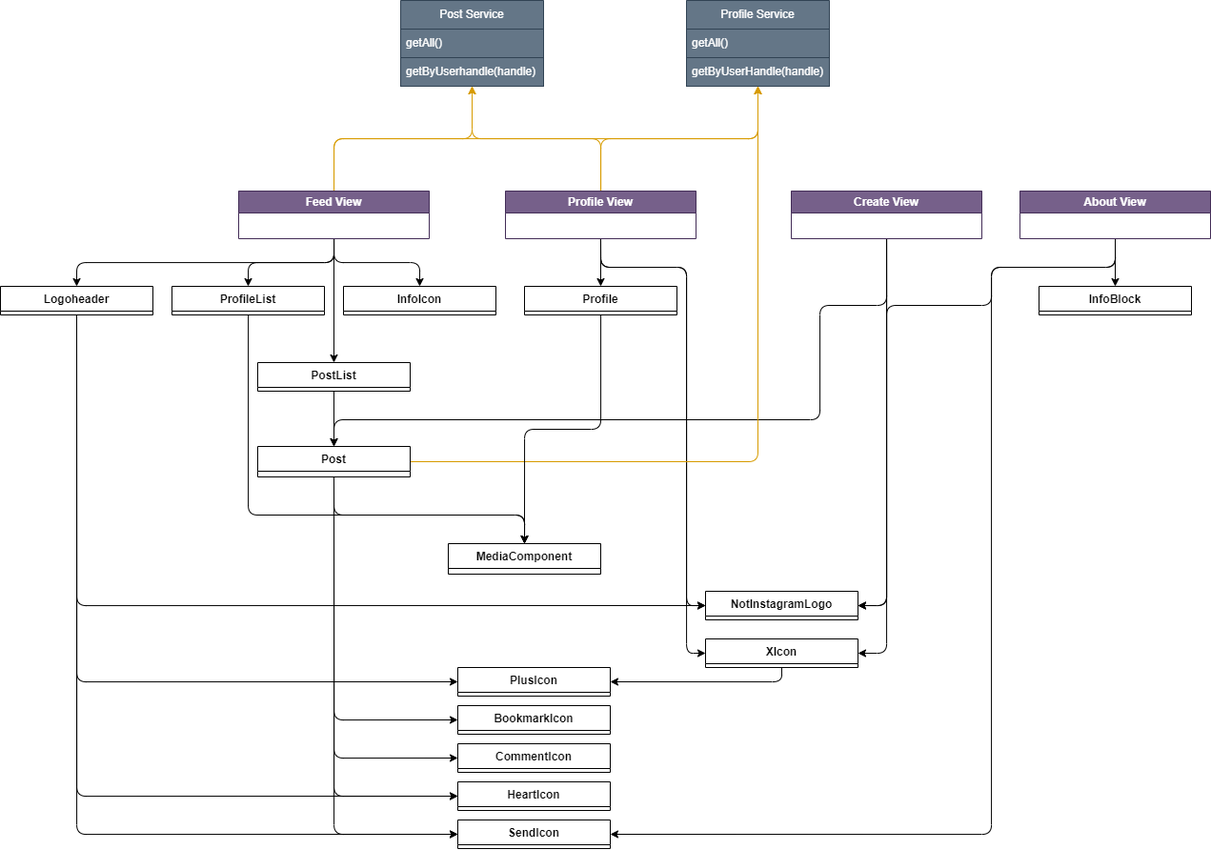
Before: paper/diagrams/uml.png, a diagram exported from draw.io (andreasnicklaus/master). Source tidied: cells renumbered, new cells last; positions are measured from the earlier drawing's top-left corner, leaving out a move shared by most shapes.
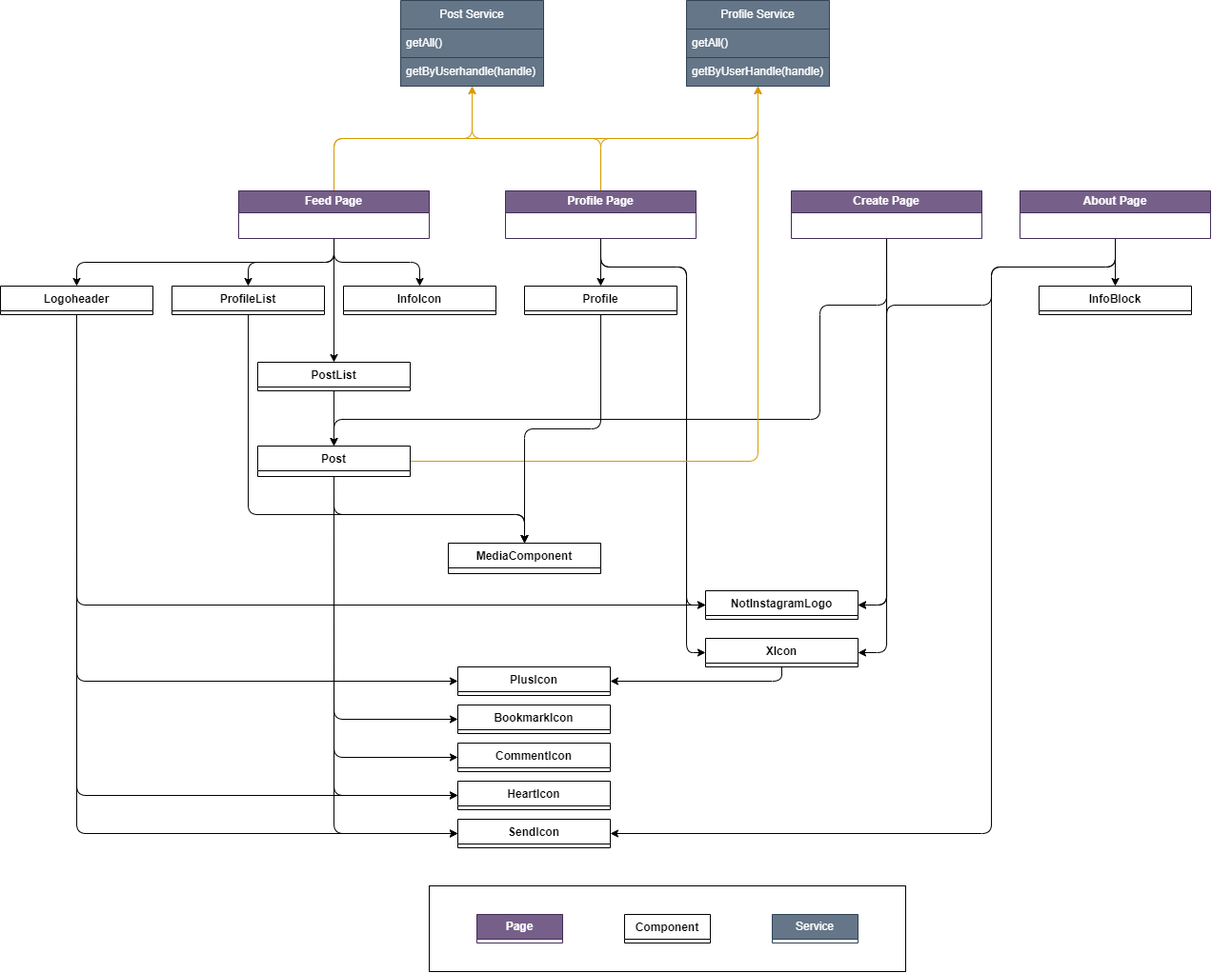
After the commit.

Change to the diagram source:
```diff
@@ -2,6 +2,9 @@
   <root>
     <mxCell id="0" />
     <mxCell id="1" parent="0" />
+    <mxCell id="58" style="rounded=0;whiteSpace=wrap;html=1;fillColor=none;" parent="1" vertex="1">
+      <mxGeometry x="450" y="930" width="500" height="90" as="geometry" />
+    </mxCell>
     <mxCell id="2" style="edgeStyle=orthogonalEdgeStyle;html=1;entryX=0;entryY=0.5;entryDx=0;entryDy=0;exitX=0.5;exitY=1;exitDx=0;exitDy=0;" parent="1" edge="1" source="40" target="42">
       <mxGeometry relative="1" as="geometry" />
     </mxCell>
@@ -32,7 +35,7 @@
     <mxCell id="11" style="edgeStyle=orthogonalEdgeStyle;html=1;entryX=0.5;entryY=1;entryDx=0;entryDy=0;exitX=0.5;exitY=0;exitDx=0;exitDy=0;fillColor=#ffe6cc;strokeColor=#d79b00;" parent="1" edge="1" source="12" target="30">
       <mxGeometry relative="1" as="geometry" />
     </mxCell>
-    <mxCell id="12" value="Feed View" style="swimlane;whiteSpace=wrap;html=1;fillColor=#76608a;fontColor=#ffffff;strokeColor=#432D57;" parent="1" vertex="1">
+    <mxCell id="12" value="Feed Page" style="swimlane;whiteSpace=wrap;html=1;fillColor=#76608a;fontColor=#ffffff;strokeColor=#432D57;" parent="1" vertex="1">
       <mxGeometry x="250" y="200" width="200" height="50" as="geometry" />
     </mxCell>
     <mxCell id="13" value="Post Service" style="swimlane;fontStyle=0;horizontal=1;startSize=30;whiteSpace=wrap;html=1;fillColor=#647687;fontColor=#ffffff;strokeColor=#314354;" parent="1" vertex="1">
@@ -47,7 +50,7 @@
     <mxCell id="16" style="edgeStyle=orthogonalEdgeStyle;html=1;entryX=0.5;entryY=0;entryDx=0;entryDy=0;" parent="1" edge="1" source="21" target="56">
       <mxGeometry relative="1" as="geometry" />
     </mxCell>
-    <mxCell id="17" style="edgeStyle=orthogonalEdgeStyle;html=1;entryX=0;entryY=0.5;entryDx=0;entryDy=0;exitX=0.5;exitY=1;exitDx=0;exitDy=0;" parent="1" edge="1" source="21" target="54">
+    <mxCell id="17" style="edgeStyle=orthogonalEdgeStyle;html=1;entryX=0;entryY=0.5;entryDx=0;entryDy=0;exitX=0.5;exitY=1;exitDx=0;exitDy=0;jumpSize=6;strokeWidth=1;" parent="1" edge="1" source="21" target="54">
       <mxGeometry relative="1" as="geometry">
         <Array as="points">
           <mxPoint x="630" y="280" />
@@ -71,7 +74,7 @@
     <mxCell id="20" style="edgeStyle=orthogonalEdgeStyle;html=1;entryX=0.5;entryY=1;entryDx=0;entryDy=0;fillColor=#ffe6cc;strokeColor=#d79b00;" parent="1" edge="1" source="21" target="30">
       <mxGeometry relative="1" as="geometry" />
     </mxCell>
-    <mxCell id="21" value="Profile View" style="swimlane;whiteSpace=wrap;html=1;fillColor=#76608a;fontColor=#ffffff;strokeColor=#432D57;" parent="1" vertex="1">
+    <mxCell id="21" value="Profile Page" style="swimlane;whiteSpace=wrap;html=1;fillColor=#76608a;fontColor=#ffffff;strokeColor=#432D57;" parent="1" vertex="1">
       <mxGeometry x="530" y="200" width="200" height="50" as="geometry" />
     </mxCell>
     <mxCell id="22" style="edgeStyle=orthogonalEdgeStyle;html=1;entryX=0.5;entryY=0;entryDx=0;entryDy=0;exitX=0.5;exitY=1;exitDx=0;exitDy=0;" parent="1" edge="1" source="25" target="40">
@@ -98,7 +101,7 @@
         </Array>
       </mxGeometry>
     </mxCell>
-    <mxCell id="25" value="Create View" style="swimlane;whiteSpace=wrap;html=1;startSize=23;fillColor=#76608a;fontColor=#ffffff;strokeColor=#432D57;" parent="1" vertex="1">
+    <mxCell id="25" value="Create Page" style="swimlane;whiteSpace=wrap;html=1;startSize=23;fillColor=#76608a;fontColor=#ffffff;strokeColor=#432D57;" parent="1" vertex="1">
       <mxGeometry x="830" y="200" width="200" height="50" as="geometry" />
     </mxCell>
     <mxCell id="26" style="edgeStyle=orthogonalEdgeStyle;html=1;" parent="1" edge="1" source="29" target="50">
@@ -124,7 +127,7 @@
         </Array>
       </mxGeometry>
     </mxCell>
-    <mxCell id="29" value="About View" style="swimlane;whiteSpace=wrap;html=1;fillColor=#76608a;fontColor=#ffffff;strokeColor=#432D57;" parent="1" vertex="1">
+    <mxCell id="29" value="About Page" style="swimlane;whiteSpace=wrap;html=1;fillColor=#76608a;fontColor=#ffffff;strokeColor=#432D57;" parent="1" vertex="1">
       <mxGeometry x="1070" y="200" width="200" height="50" as="geometry" />
     </mxCell>
     <mxCell id="30" value="Profile Service" style="swimlane;fontStyle=0;horizontal=1;startSize=30;whiteSpace=wrap;html=1;fillColor=#647687;fontColor=#ffffff;strokeColor=#314354;" parent="1" vertex="1">
@@ -221,5 +224,14 @@
     <mxCell id="57" style="edgeStyle=orthogonalEdgeStyle;html=1;entryX=0;entryY=0.5;entryDx=0;entryDy=0;exitX=0.5;exitY=1;exitDx=0;exitDy=0;jumpStyle=none;" parent="1" edge="1" source="53" target="54">
       <mxGeometry relative="1" as="geometry" />
     </mxCell>
+    <mxCell id="59" value="Page" style="swimlane;whiteSpace=wrap;html=1;fillColor=#76608a;fontColor=#ffffff;strokeColor=#432D57;startSize=26;" parent="1" vertex="1">
+      <mxGeometry x="500" y="960" width="90" height="30" as="geometry" />
+    </mxCell>
+    <mxCell id="60" value="Component" style="swimlane;fontStyle=1;align=center;verticalAlign=top;horizontal=1;startSize=26;" parent="1" vertex="1">
+      <mxGeometry x="655" y="960" width="90" height="30" as="geometry" />
+    </mxCell>
+    <mxCell id="61" value="Service" style="swimlane;fontStyle=0;horizontal=1;startSize=26;whiteSpace=wrap;html=1;fillColor=#647687;fontColor=#ffffff;strokeColor=#314354;" parent="1" vertex="1">
+      <mxGeometry x="810" y="960" width="90" height="30" as="geometry" />
+    </mxCell>
   </root>
 </mxGraphModel>
```
